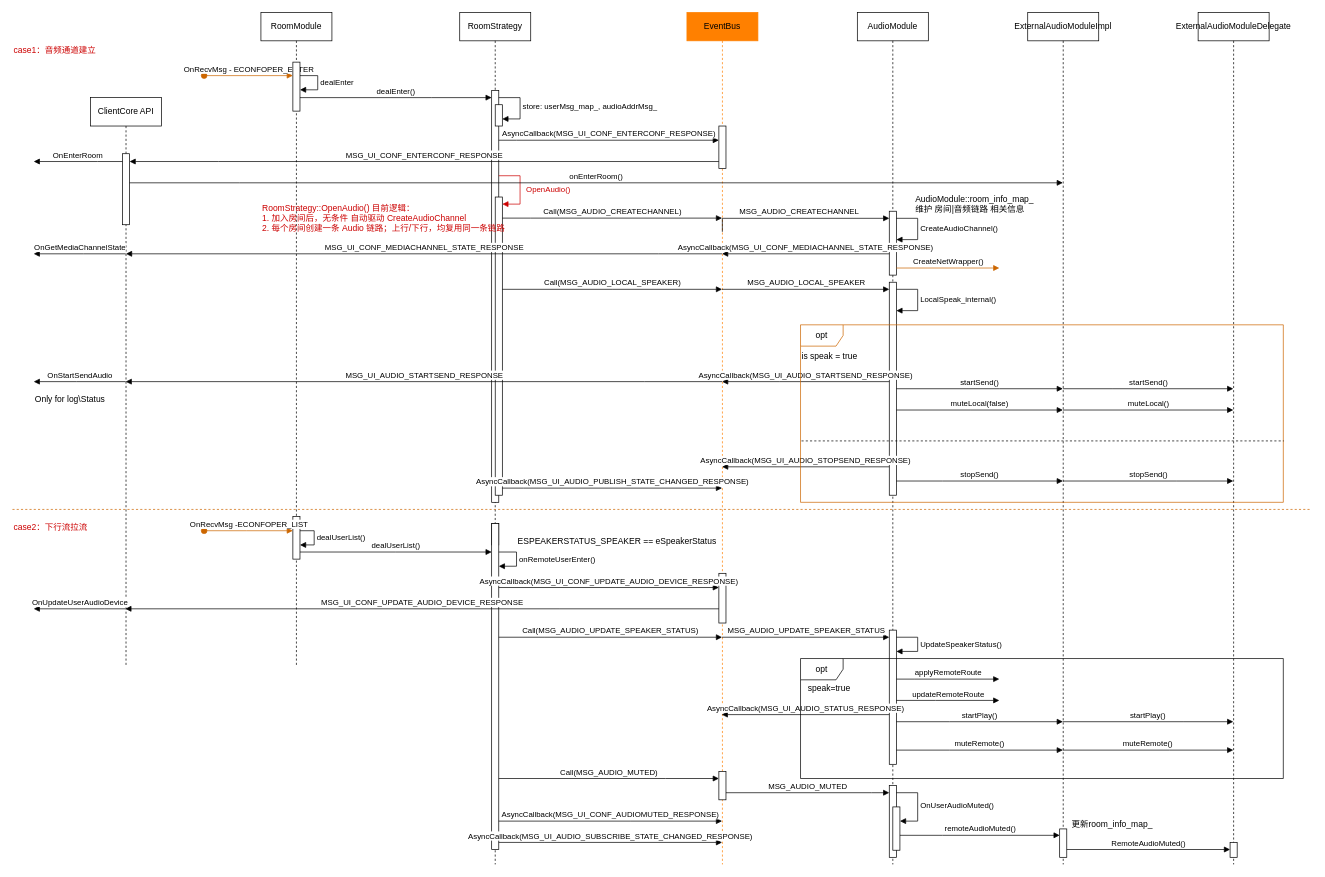
cnnop007/arch-docs keeps this draw.io diagram as audio-channel.drawio. Above is the earlier version. Source tidied: cells renumbered, new cells numbered last; positions are measured from the earlier drawing's top-left corner, leaving out a move shared by most shapes. Both pictures are drawn from the tidied source at 71%, with x=0, y=0 at pixel (12, 12).
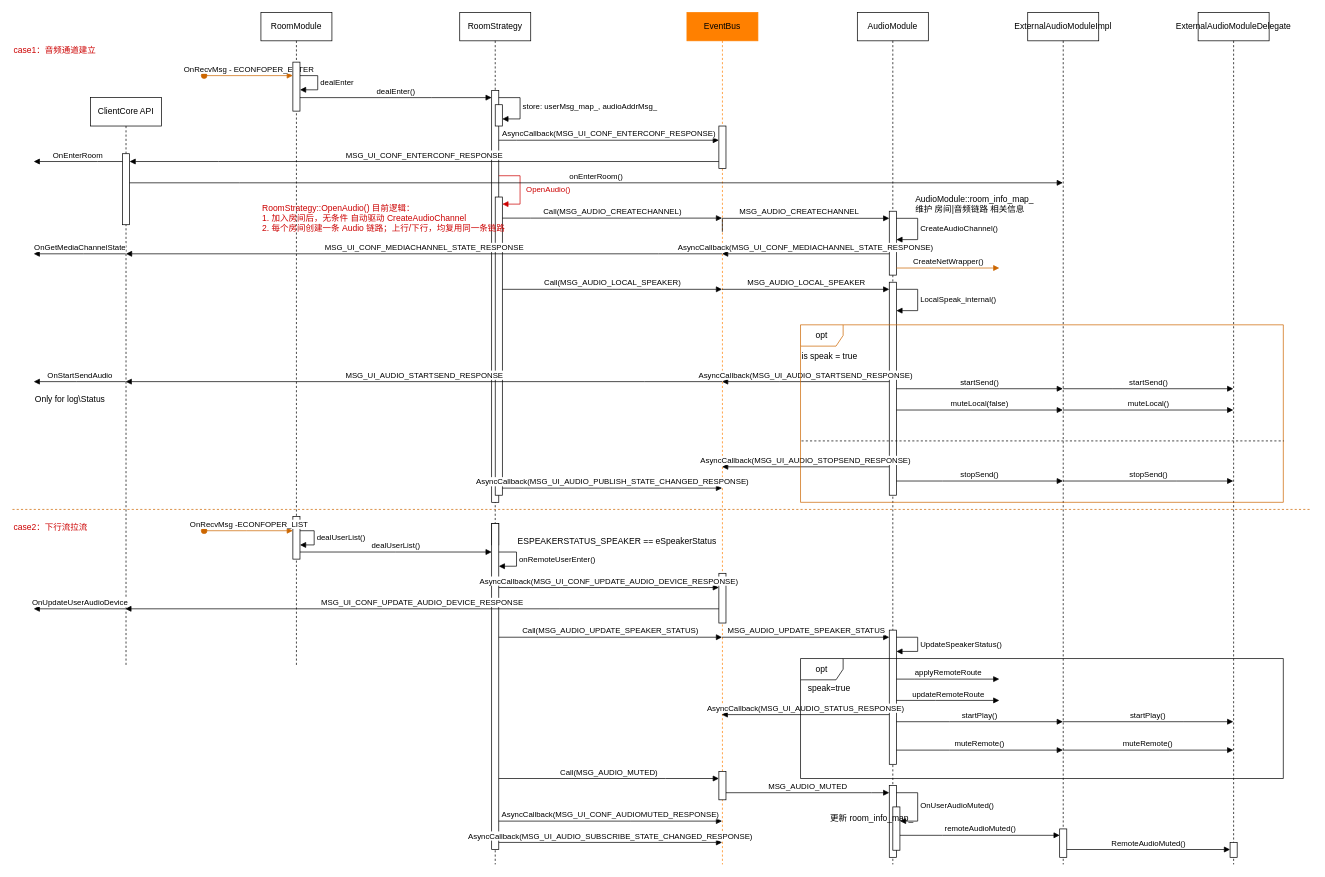
The same diagram, later.

The edit, as a diff of the source:
```diff
@@
-    <mxCell id="59" value="更新room_info_map_" style="text;html=1;align=left;verticalAlign=middle;strokeColor=none;fillColor=none;" parent="1" vertex="1">
-      <mxGeometry x="1490" y="1129" width="140" height="30" as="geometry" />
+    <mxCell id="59" value="更新 room_info_map_" style="text;html=1;align=left;verticalAlign=middle;strokeColor=none;fillColor=none;" parent="1" vertex="1">
+      <mxGeometry x="1150" y="1120" width="140" height="30" as="geometry" />
     </mxCell>
```
